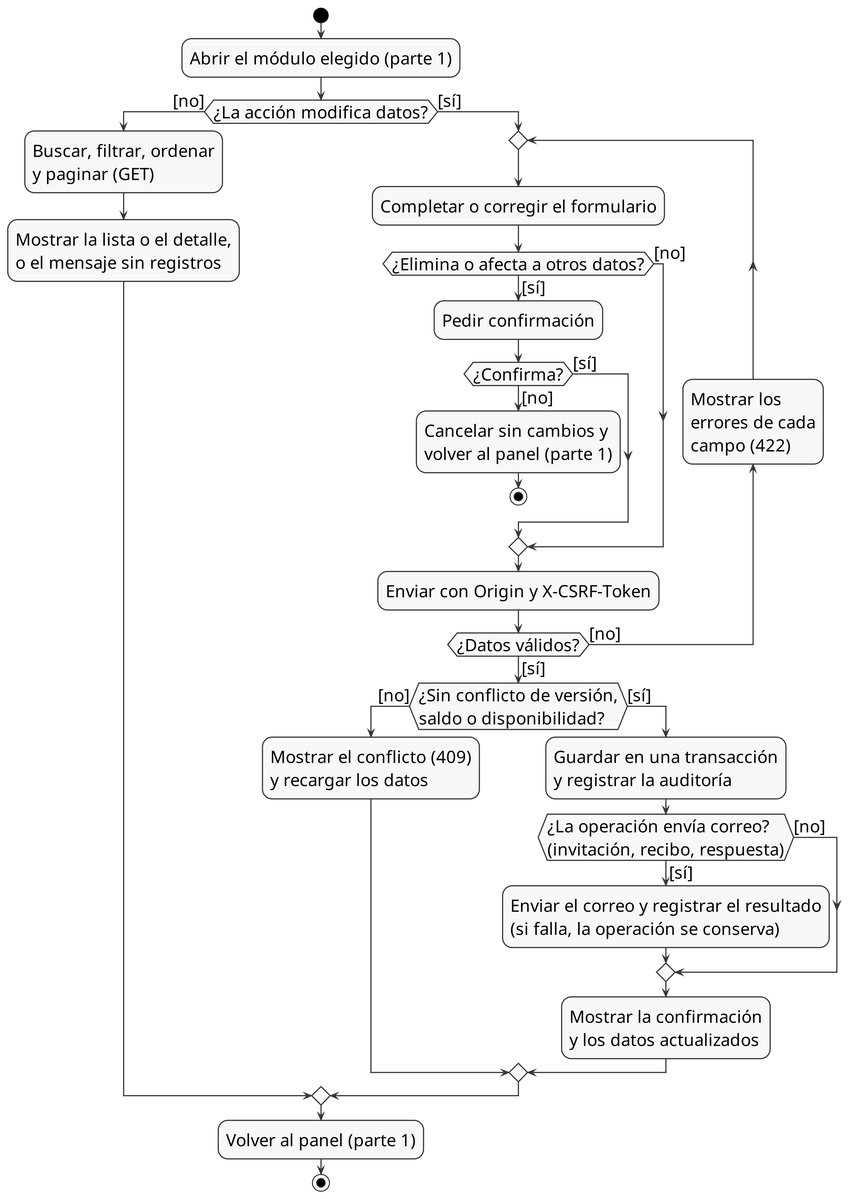
yilberDev/SoftPh-Academico keeps this PlantUML diagram as docs/entrega-objetivos/actividades/actividades-administrador-parte2.png. Above is the earlier version. Its source is kept beside it as docs/entrega-objetivos/actividades/actividades-administrador-parte2.puml.
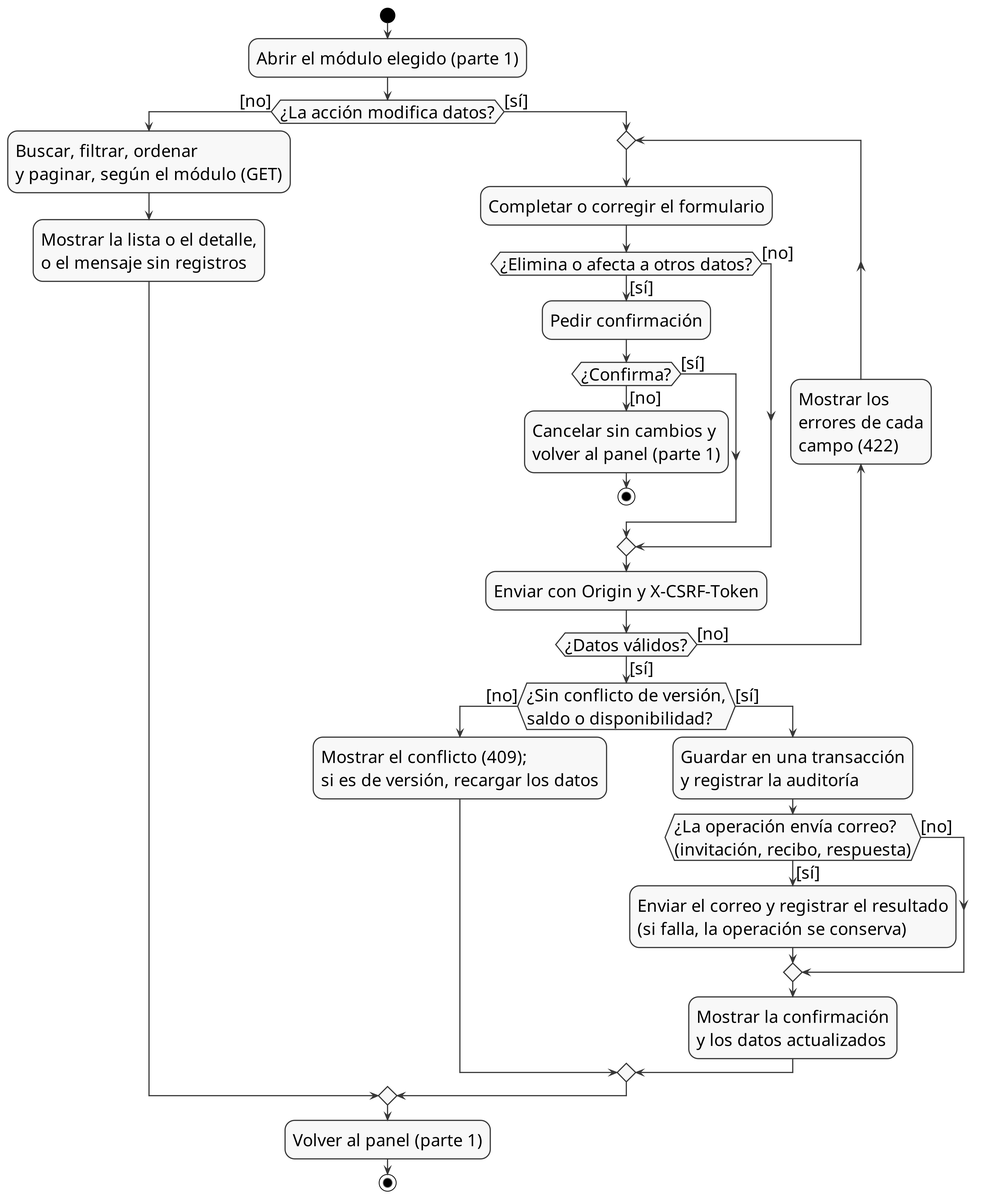
The same diagram one commit later.

Change to the diagram source:
```diff
@@ -10,7 +10,7 @@
 start
 :Abrir el módulo elegido (parte 1);
 if (¿La acción modifica datos?) then ([no])
-  :Buscar, filtrar, ordenar\ny paginar (GET);
+  :Buscar, filtrar, ordenar\ny paginar, según el módulo (GET);
   :Mostrar la lista o el detalle,\no el mensaje sin registros;
 else ([sí])
   repeat
@@ -28,7 +28,7 @@
   backward:Mostrar los\nerrores de cada\ncampo (422);
   repeat while (¿Datos válidos?) is ([no]) not ([sí])
   if (¿Sin conflicto de versión,\nsaldo o disponibilidad?) then ([no])
-    :Mostrar el conflicto (409)\ny recargar los datos;
+    :Mostrar el conflicto (409);\nsi es de versión, recargar los datos;
   else ([sí])
     :Guardar en una transacción\ny registrar la auditoría;
     if (¿La operación envía correo?\n(invitación, recibo, respuesta)) then ([sí])
```
